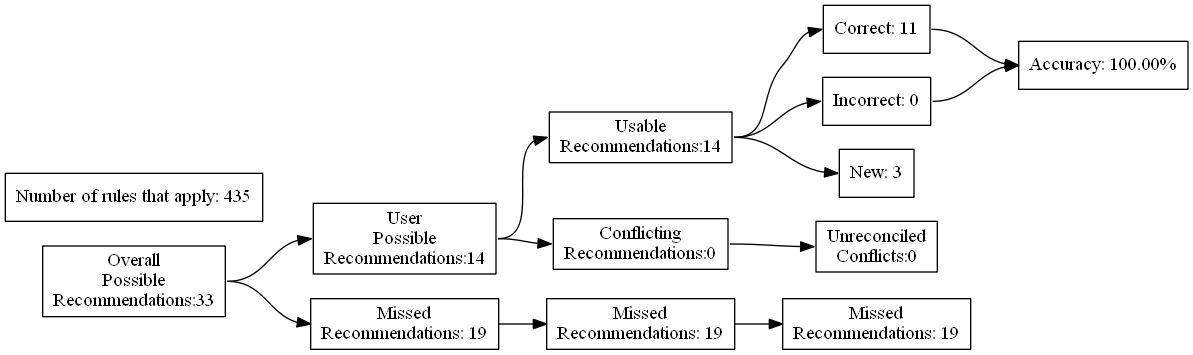
This is test_renders/107.gv.png from ZaxR/ibd_diet_analysis, a Graphviz export, as it was before one commit. Its source is kept beside it as test_renders/107.gv.
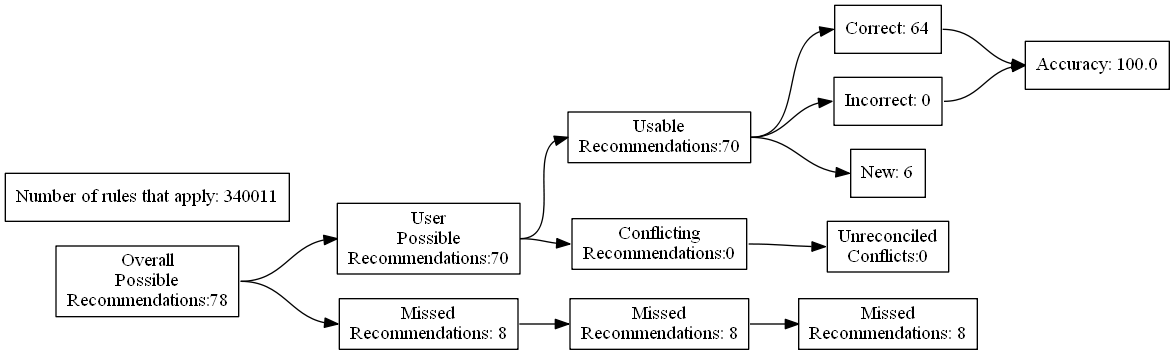
The same diagram one commit later.

Diff of the diagram source:
```diff
@@ -4,27 +4,27 @@
 	edge [headport=w tailport=e]
 		A [label="Overall
 Possible
-Recommendations:33"]
+Recommendations:78"]
 		B [label="User
 Possible
-Recommendations:14"]
+Recommendations:70"]
 		C [label="Missed
-Recommendations: 19"]
+Recommendations: 8"]
 		D [label="Usable
-Recommendations:14"]
+Recommendations:70"]
 		E [label="Conflicting
 Recommendations:0"]
 		J [label="Missed
-Recommendations: 19"]
+Recommendations: 8"]
 		M [label="Unreconciled
 Conflicts:0"]
-		F [label="Correct: 11"]
+		F [label="Correct: 64"]
 		G [label="Incorrect: 0"]
-		H [label="New: 3"]
+		H [label="New: 6"]
 		K [label="Missed
-Recommendations: 19"]
-		I [label="Accuracy: 100.00%"]
-		l [label="Number of rules that apply: 435"]
+Recommendations: 8"]
+		I [label="Accuracy: 100.0"]
+		l [label="Number of rules that apply: 340011"]
 			A -> B
 			A -> C
 			B -> D
```
